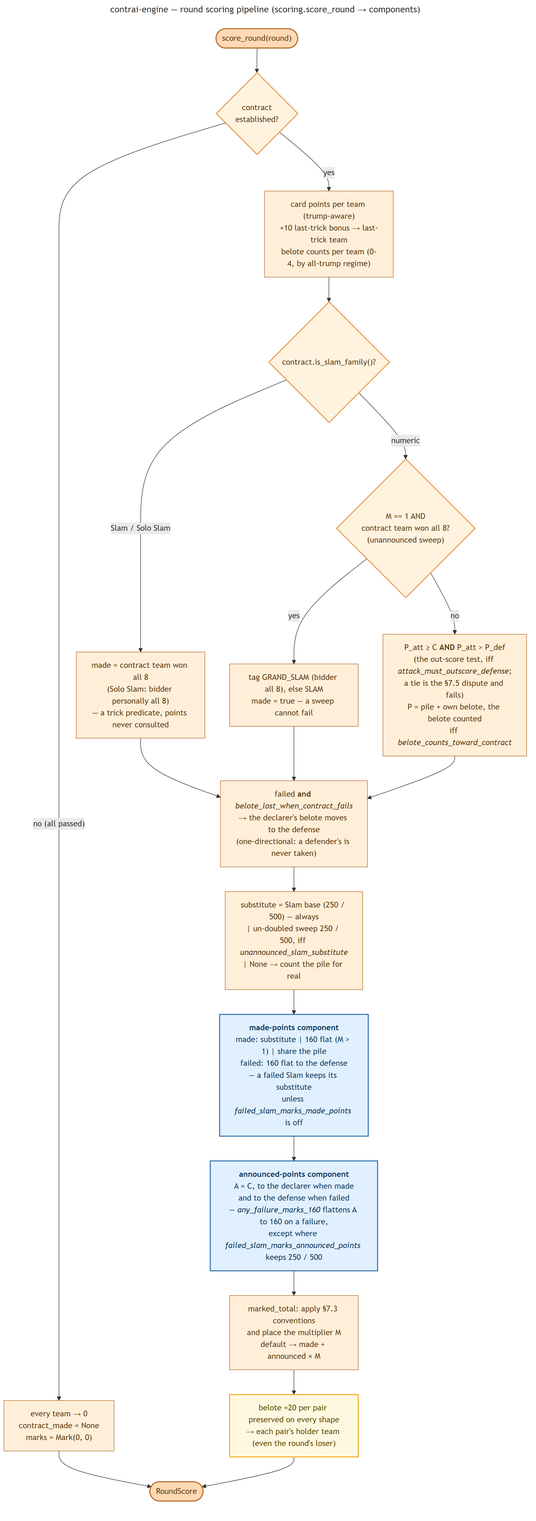
Above: docs/diagrams/flow_scoring.png in valmathieu/ContrAI (Mermaid), before the change. Its source is kept beside it as docs/diagrams/flow_scoring.mmd.
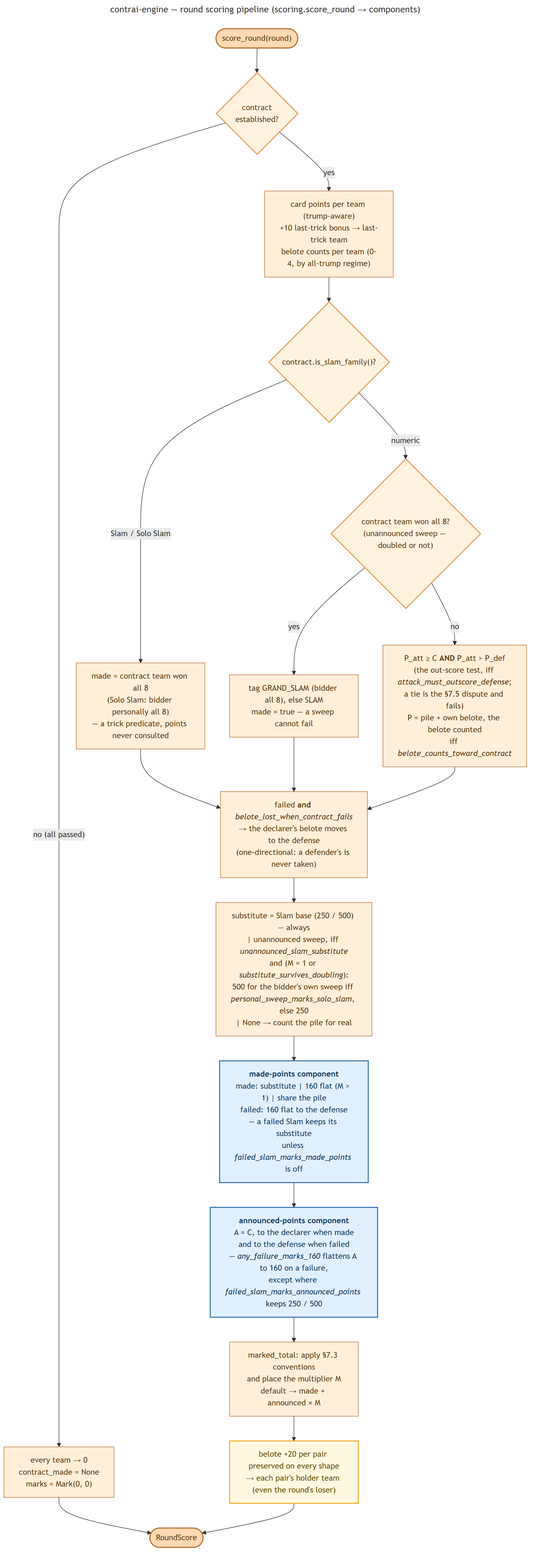
The same diagram one commit later.

Diff of the diagram source:
```diff
@@ -11,7 +11,7 @@
     Points --> Judge{"contract.is_slam_family()?"}
 
     Judge -- "Slam / Solo Slam" --> SlamMade["made = contract team won all 8<br/>(Solo Slam: bidder personally all 8)<br/>— a trick predicate, points never consulted"]
-    Judge -- "numeric" --> Sweep{"M == 1 AND<br/>contract team won all 8?<br/>(unannounced sweep)"}
+    Judge -- "numeric" --> Sweep{"contract team won all 8?<br/>(unannounced sweep — doubled or not)"}
     Sweep -- "yes" --> SweepTag["tag GRAND_SLAM (bidder all 8), else SLAM<br/>made = true — a sweep cannot fail"]
     Sweep -- "no" --> NumMade["P_att ≥ C <b>AND</b> P_att &gt; P_def<br/>(the out-score test, iff <i>attack_must_outscore_defense</i>;<br/>a tie is the §7.5 dispute and fails)<br/>P = pile + own belote, the belote counted<br/>iff <i>belote_counts_toward_contract</i>"]
 
@@ -21,7 +21,7 @@
     Transfer["failed <b>and</b> <i>belote_lost_when_contract_fails</i><br/>→ the declarer's belote moves to the defense<br/>(one-directional: a defender's is never taken)"]
 
     Transfer --> Subst
-    Subst["substitute = Slam base (250 / 500) — always<br/>| un-doubled sweep 250 / 500, iff <i>unannounced_slam_substitute</i><br/>| None → count the pile for real"]
+    Subst["substitute = Slam base (250 / 500) — always<br/>| unannounced sweep, iff <i>unannounced_slam_substitute</i><br/>and (M = 1 or <i>substitute_survives_doubling</i>):<br/>500 for the bidder's own sweep iff <i>personal_sweep_marks_solo_slam</i>, else 250<br/>| None → count the pile for real"]
 
     Subst --> MadeComp
     MadeComp["<b>made-points component</b><br/>made: substitute | 160 flat (M &gt; 1) | share the pile<br/>failed: 160 flat to the defense<br/>— a failed Slam keeps its substitute<br/>unless <i>failed_slam_marks_made_points</i> is off"]
```
